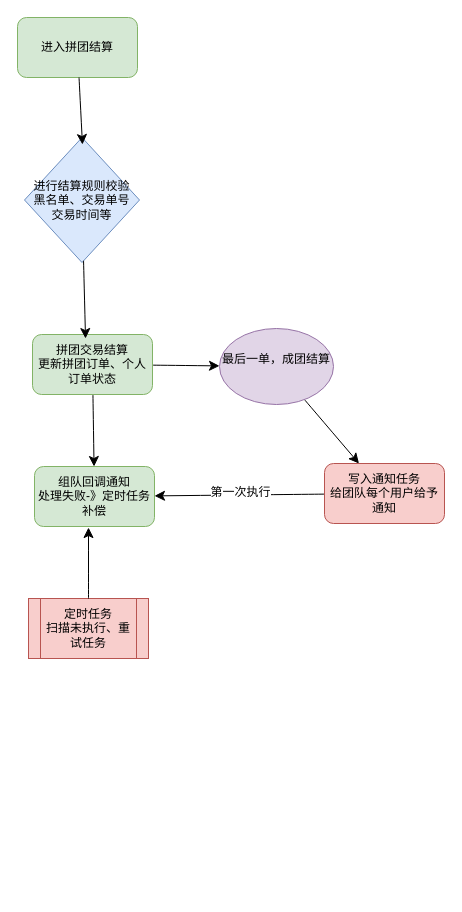
moying688/draw.io.repo keeps this draw.io diagram as 拼团支付.drawio. Above is the earlier version. Source tidied: cells renumbered, new cells numbered last; positions are measured from the earlier drawing's top-left corner, leaving out a move shared by most shapes. Both pictures are drawn from the tidied source at 100%, with x=0, y=0 at pixel (17, 17).
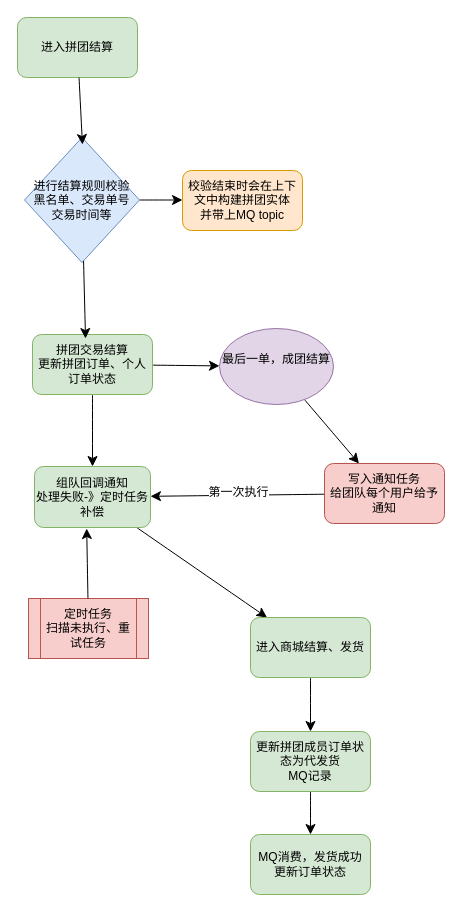
Above is the later version.

Commit message (it also covers changes not shown here):
更新拼团支付.drawio

Unchanged cells that the change refers to:
```xml
<mxCell id="3" value="进行结算规则校验&lt;div&gt;黑名单、交易单号&lt;/div&gt;&lt;div&gt;交易时间等&lt;/div&gt;" style="rhombus;whiteSpace=wrap;html=1;fillColor=#dae8fc;strokeColor=#6c8ebf;" parent="1" vertex="1">
  <mxGeometry x="7" y="120" width="115" height="125" as="geometry" />
</mxCell>
```

Diff of the diagram source:
```diff
@@
+    <mxCell id="17" style="edgeStyle=none;curved=1;rounded=0;jettySize=auto;html=1;fontSize=12;startSize=8;endSize=8;" parent="1" edge="1" source="3">
+      <mxGeometry relative="1" as="geometry">
+        <mxPoint x="165" y="182.5" as="targetPoint" />
+      </mxGeometry>
+    </mxCell>
@@
+    <mxCell id="18" style="edgeStyle=none;curved=1;rounded=0;jettySize=auto;html=1;fontSize=12;startSize=8;endSize=8;" parent="1" edge="1" source="8" target="21">
+      <mxGeometry relative="1" as="geometry" />
+    </mxCell>
     <mxCell id="8" value="组队回调通知&lt;br&gt;处理失败-》定时任务补偿" style="rounded=1;whiteSpace=wrap;html=1;fillColor=#d5e8d4;strokeColor=#82b366;" parent="1" vertex="1">
-      <mxGeometry x="17" y="449" width="120" height="60" as="geometry" />
+      <mxGeometry x="17" y="449" width="116" height="61" as="geometry" />
     </mxCell>
@@
+    <mxCell id="19" value="校验结束时会在上下文中构建拼团实体&lt;br&gt;并带上MQ topic" style="rounded=1;whiteSpace=wrap;html=1;fillColor=#ffe6cc;strokeColor=#d79b00;" parent="1" vertex="1">
+      <mxGeometry x="165" y="153" width="120" height="60" as="geometry" />
+    </mxCell>
+    <mxCell id="20" style="edgeStyle=none;curved=1;rounded=0;jettySize=auto;html=1;entryX=0.5;entryY=0;entryDx=0;entryDy=0;fontSize=12;startSize=8;endSize=8;" parent="1" edge="1" source="21" target="23">
+      <mxGeometry relative="1" as="geometry" />
+    </mxCell>
+    <mxCell id="21" value="进入商城结算、发货" style="rounded=1;whiteSpace=wrap;html=1;fillColor=#d5e8d4;strokeColor=#82b366;" parent="1" vertex="1">
+      <mxGeometry x="233" y="600" width="120" height="60" as="geometry" />
+    </mxCell>
+    <mxCell id="22" style="edgeStyle=none;curved=1;rounded=0;jettySize=auto;html=1;entryX=0.5;entryY=0;entryDx=0;entryDy=0;fontSize=12;startSize=8;endSize=8;" parent="1" edge="1" source="23" target="24">
+      <mxGeometry relative="1" as="geometry" />
+    </mxCell>
+    <mxCell id="23" value="更新拼团成员订单状态为代发货&lt;br&gt;MQ记录" style="rounded=1;whiteSpace=wrap;html=1;fillColor=#d5e8d4;strokeColor=#82b366;" parent="1" vertex="1">
+      <mxGeometry x="233" y="714" width="120" height="60" as="geometry" />
+    </mxCell>
+    <mxCell id="24" value="MQ消费，发货成功&lt;div&gt;更新订单状态&lt;/div&gt;" style="rounded=1;whiteSpace=wrap;html=1;fillColor=#d5e8d4;strokeColor=#82b366;" parent="1" vertex="1">
+      <mxGeometry x="233" y="817" width="120" height="60" as="geometry" />
+    </mxCell>
```
